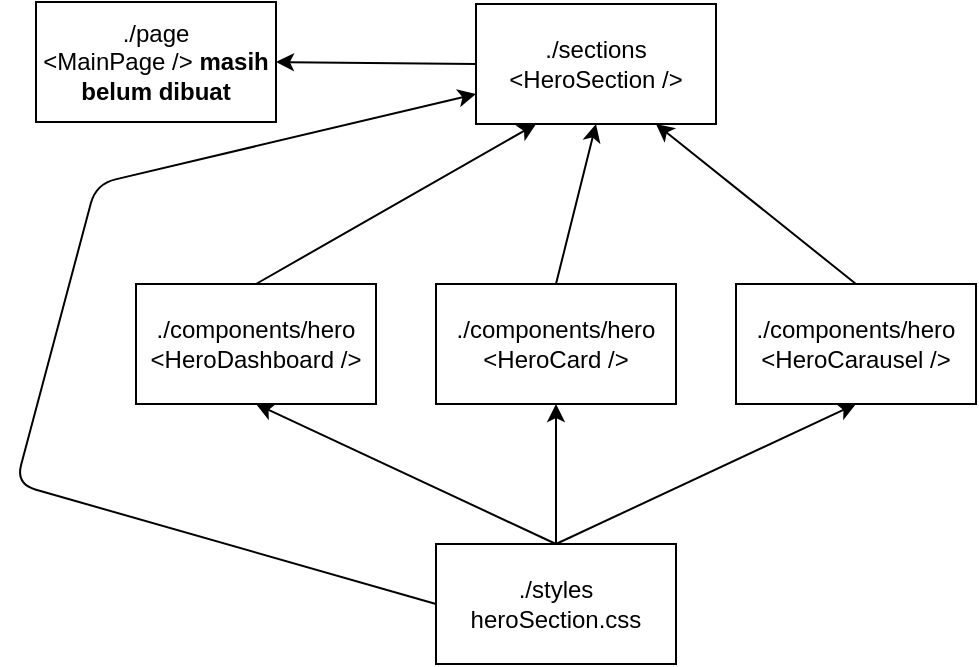
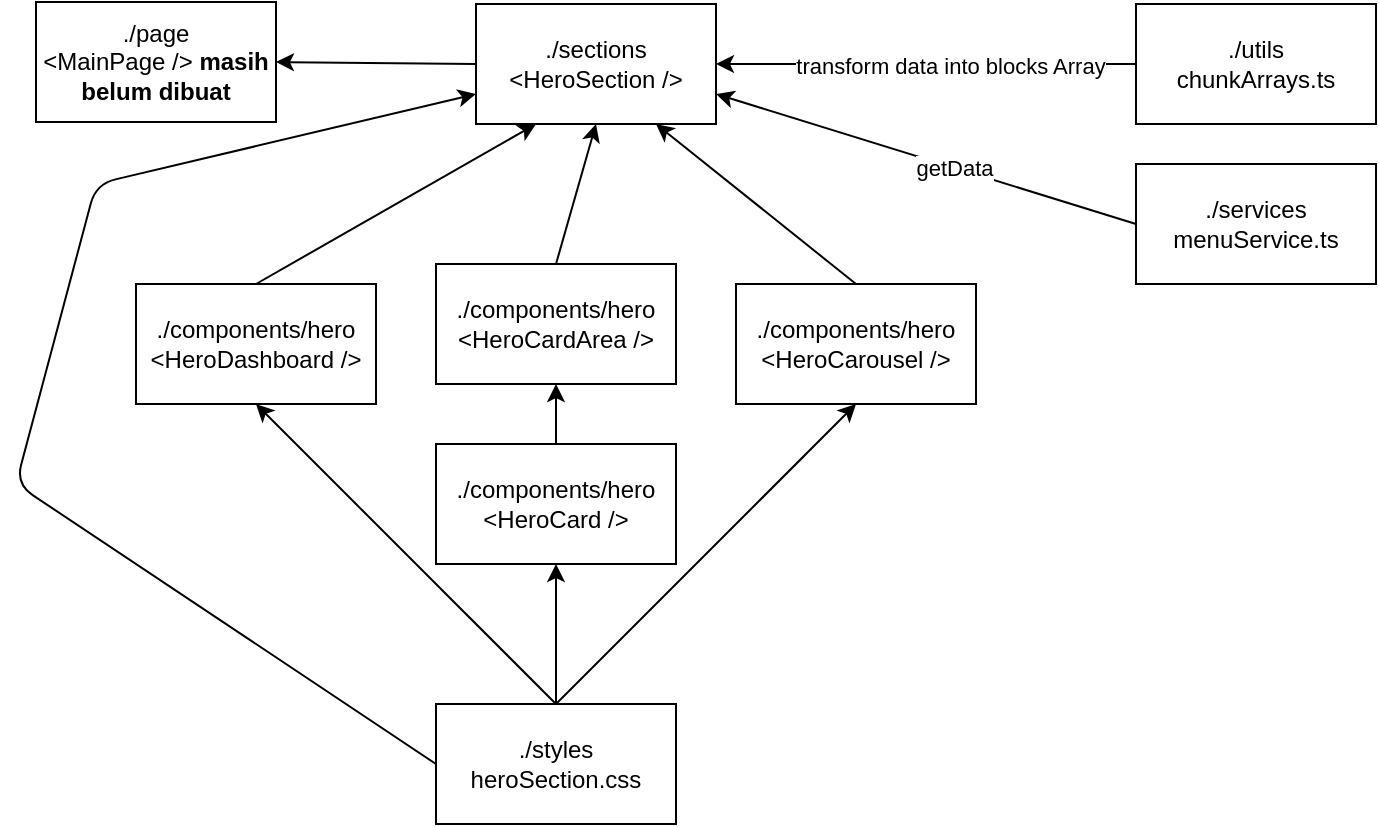
<mxfile host="65bd71144e">
    <diagram id="8QxJ4sB05AHWskQlmMvO" name="Page-1">
-         <mxGraphModel dx="534" dy="487" grid="1" gridSize="10" guides="1" tooltips="1" connect="1" arrows="1" fold="1" page="1" pageScale="1" pageWidth="850" pageHeight="1100" math="0" shadow="0">
+         <mxGraphModel dx="468" dy="448" grid="1" gridSize="10" guides="1" tooltips="1" connect="1" arrows="1" fold="1" page="1" pageScale="1" pageWidth="850" pageHeight="1100" math="0" shadow="0">
            <root>
                <mxCell id="0"/>
                <mxCell id="1" parent="0"/>
-                 <mxCell id="16" style="edgeStyle=none;html=1;exitX=0;exitY=0.5;exitDx=0;exitDy=0;entryX=1;entryY=0.5;entryDx=0;entryDy=0;" edge="1" parent="1" source="4" target="11">
+                 <mxCell id="16" style="edgeStyle=none;html=1;exitX=0;exitY=0.5;exitDx=0;exitDy=0;entryX=1;entryY=0.5;entryDx=0;entryDy=0;" parent="1" source="4" target="11" edge="1">
                    <mxGeometry relative="1" as="geometry"/>
                </mxCell>
-                 <mxCell id="4" value="&lt;div&gt;./sections&lt;/div&gt;&amp;lt;HeroSection /&amp;gt;" style="rounded=0;whiteSpace=wrap;html=1;" vertex="1" parent="1">
+                 <mxCell id="4" value="&lt;div&gt;./sections&lt;/div&gt;&amp;lt;HeroSection /&amp;gt;" style="rounded=0;whiteSpace=wrap;html=1;" parent="1" vertex="1">
                    <mxGeometry x="260" y="20" width="120" height="60" as="geometry"/>
                </mxCell>
-                 <mxCell id="13" style="edgeStyle=none;html=1;exitX=0.5;exitY=0;exitDx=0;exitDy=0;entryX=0.25;entryY=1;entryDx=0;entryDy=0;" edge="1" parent="1" source="5" target="4">
+                 <mxCell id="13" style="edgeStyle=none;html=1;exitX=0.5;exitY=0;exitDx=0;exitDy=0;entryX=0.25;entryY=1;entryDx=0;entryDy=0;" parent="1" source="5" target="4" edge="1">
                    <mxGeometry relative="1" as="geometry"/>
                </mxCell>
-                 <mxCell id="5" value="./components/hero&lt;div&gt;&amp;lt;HeroDashboard /&amp;gt;&lt;/div&gt;" style="rounded=0;whiteSpace=wrap;html=1;" vertex="1" parent="1">
+                 <mxCell id="5" value="./components/hero&lt;div&gt;&amp;lt;HeroDashboard /&amp;gt;&lt;/div&gt;" style="rounded=0;whiteSpace=wrap;html=1;" parent="1" vertex="1">
                    <mxGeometry x="90" y="160" width="120" height="60" as="geometry"/>
                </mxCell>
-                 <mxCell id="14" style="edgeStyle=none;html=1;exitX=0.5;exitY=0;exitDx=0;exitDy=0;" edge="1" parent="1" source="6">
+                 <mxCell id="14" style="edgeStyle=none;html=1;exitX=0.5;exitY=0;exitDx=0;exitDy=0;entryX=0.5;entryY=1;entryDx=0;entryDy=0;" parent="1" source="6" edge="1" target="22">
                    <mxGeometry relative="1" as="geometry">
                        <mxPoint x="320" y="80" as="targetPoint"/>
                    </mxGeometry>
                </mxCell>
-                 <mxCell id="6" value="./components/hero&lt;div&gt;&amp;lt;HeroCard /&amp;gt;&lt;/div&gt;" style="rounded=0;whiteSpace=wrap;html=1;" vertex="1" parent="1">
-                     <mxGeometry x="240" y="160" width="120" height="60" as="geometry"/>
+                 <mxCell id="6" value="./components/hero&lt;div&gt;&amp;lt;HeroCard /&amp;gt;&lt;/div&gt;" style="rounded=0;whiteSpace=wrap;html=1;" parent="1" vertex="1">
+                     <mxGeometry x="240" y="240" width="120" height="60" as="geometry"/>
                </mxCell>
-                 <mxCell id="15" style="edgeStyle=none;html=1;exitX=0.5;exitY=0;exitDx=0;exitDy=0;entryX=0.75;entryY=1;entryDx=0;entryDy=0;" edge="1" parent="1" source="7" target="4">
+                 <mxCell id="15" style="edgeStyle=none;html=1;exitX=0.5;exitY=0;exitDx=0;exitDy=0;entryX=0.75;entryY=1;entryDx=0;entryDy=0;" parent="1" source="7" target="4" edge="1">
                    <mxGeometry relative="1" as="geometry">
                        <mxPoint x="320" y="80" as="targetPoint"/>
                    </mxGeometry>
                </mxCell>
-                 <mxCell id="7" value="./components/hero&lt;div&gt;&amp;lt;HeroCarausel /&amp;gt;&lt;/div&gt;" style="rounded=0;whiteSpace=wrap;html=1;" vertex="1" parent="1">
+                 <mxCell id="7" value="./components/hero&lt;div&gt;&amp;lt;HeroCarousel /&amp;gt;&lt;/div&gt;" style="rounded=0;whiteSpace=wrap;html=1;" parent="1" vertex="1">
                    <mxGeometry x="390" y="160" width="120" height="60" as="geometry"/>
                </mxCell>
-                 <mxCell id="11" value="./page&lt;div&gt;&amp;lt;MainPage /&amp;gt; &lt;b&gt;masih belum dibuat&lt;/b&gt;&lt;/div&gt;" style="rounded=0;whiteSpace=wrap;html=1;" vertex="1" parent="1">
+                 <mxCell id="11" value="./page&lt;div&gt;&amp;lt;MainPage /&amp;gt; &lt;b&gt;masih belum dibuat&lt;/b&gt;&lt;/div&gt;" style="rounded=0;whiteSpace=wrap;html=1;" parent="1" vertex="1">
                    <mxGeometry x="40" y="19" width="120" height="60" as="geometry"/>
                </mxCell>
-                 <mxCell id="18" style="edgeStyle=none;html=1;exitX=0.5;exitY=0;exitDx=0;exitDy=0;entryX=0.5;entryY=1;entryDx=0;entryDy=0;" edge="1" parent="1" source="17" target="5">
+                 <mxCell id="18" style="edgeStyle=none;html=1;exitX=0.5;exitY=0;exitDx=0;exitDy=0;entryX=0.5;entryY=1;entryDx=0;entryDy=0;" parent="1" source="17" target="5" edge="1">
                    <mxGeometry relative="1" as="geometry"/>
                </mxCell>
-                 <mxCell id="19" style="edgeStyle=none;html=1;exitX=0.5;exitY=0;exitDx=0;exitDy=0;entryX=0.5;entryY=1;entryDx=0;entryDy=0;" edge="1" parent="1" source="17" target="6">
+                 <mxCell id="19" style="edgeStyle=none;html=1;exitX=0.5;exitY=0;exitDx=0;exitDy=0;entryX=0.5;entryY=1;entryDx=0;entryDy=0;" parent="1" source="17" target="6" edge="1">
                    <mxGeometry relative="1" as="geometry"/>
                </mxCell>
-                 <mxCell id="20" style="edgeStyle=none;html=1;exitX=0.5;exitY=0;exitDx=0;exitDy=0;entryX=0.5;entryY=1;entryDx=0;entryDy=0;" edge="1" parent="1" source="17" target="7">
+                 <mxCell id="20" style="edgeStyle=none;html=1;exitX=0.5;exitY=0;exitDx=0;exitDy=0;entryX=0.5;entryY=1;entryDx=0;entryDy=0;" parent="1" source="17" target="7" edge="1">
                    <mxGeometry relative="1" as="geometry"/>
                </mxCell>
-                 <mxCell id="21" style="edgeStyle=none;html=1;exitX=0;exitY=0.5;exitDx=0;exitDy=0;entryX=0;entryY=0.75;entryDx=0;entryDy=0;" edge="1" parent="1" source="17" target="4">
+                 <mxCell id="21" style="edgeStyle=none;html=1;exitX=0;exitY=0.5;exitDx=0;exitDy=0;entryX=0;entryY=0.75;entryDx=0;entryDy=0;" parent="1" source="17" target="4" edge="1">
                    <mxGeometry relative="1" as="geometry">
                        <mxPoint x="20" y="290" as="targetPoint"/>
                        <Array as="points">
                            <mxPoint x="30" y="260"/>
                            <mxPoint x="70" y="110"/>
                        </Array>
                    </mxGeometry>
                </mxCell>
-                 <mxCell id="17" value="./styles&lt;div&gt;heroSection.css&lt;/div&gt;" style="rounded=0;whiteSpace=wrap;html=1;" vertex="1" parent="1">
-                     <mxGeometry x="240" y="290" width="120" height="60" as="geometry"/>
+                 <mxCell id="17" value="./styles&lt;div&gt;heroSection.css&lt;/div&gt;" style="rounded=0;whiteSpace=wrap;html=1;" parent="1" vertex="1">
+                     <mxGeometry x="240" y="370" width="120" height="60" as="geometry"/>
+                 </mxCell>
+                 <mxCell id="23" style="edgeStyle=none;html=1;exitX=0.5;exitY=0;exitDx=0;exitDy=0;entryX=0.5;entryY=1;entryDx=0;entryDy=0;" edge="1" parent="1" source="22" target="4">
+                     <mxGeometry relative="1" as="geometry"/>
+                 </mxCell>
+                 <mxCell id="22" value="./components/hero&lt;div&gt;&amp;lt;HeroCardArea /&amp;gt;&lt;/div&gt;" style="rounded=0;whiteSpace=wrap;html=1;" vertex="1" parent="1">
+                     <mxGeometry x="240" y="150" width="120" height="60" as="geometry"/>
+                 </mxCell>
+                 <mxCell id="25" value="" style="edgeStyle=none;html=1;" edge="1" parent="1" source="24" target="4">
+                     <mxGeometry relative="1" as="geometry"/>
+                 </mxCell>
+                 <mxCell id="32" value="transform data into blocks Array" style="edgeLabel;html=1;align=center;verticalAlign=middle;resizable=0;points=[];" vertex="1" connectable="0" parent="25">
+                     <mxGeometry x="-0.1158" y="1" relative="1" as="geometry">
+                         <mxPoint as="offset"/>
+                     </mxGeometry>
+                 </mxCell>
+                 <mxCell id="24" value="./utils&lt;div&gt;chunkArrays.ts&lt;/div&gt;" style="rounded=0;whiteSpace=wrap;html=1;" vertex="1" parent="1">
+                     <mxGeometry x="590" y="20" width="120" height="60" as="geometry"/>
+                 </mxCell>
+                 <mxCell id="27" style="edgeStyle=none;html=1;exitX=0;exitY=0.5;exitDx=0;exitDy=0;entryX=1;entryY=0.75;entryDx=0;entryDy=0;" edge="1" parent="1" source="26" target="4">
+                     <mxGeometry relative="1" as="geometry"/>
+                 </mxCell>
+                 <mxCell id="31" value="getData" style="edgeLabel;html=1;align=center;verticalAlign=middle;resizable=0;points=[];" vertex="1" connectable="0" parent="27">
+                     <mxGeometry x="-0.1366" relative="1" as="geometry">
+                         <mxPoint as="offset"/>
+                     </mxGeometry>
+                 </mxCell>
+                 <mxCell id="26" value="./services&lt;div&gt;menuService.ts&lt;/div&gt;" style="rounded=0;whiteSpace=wrap;html=1;" vertex="1" parent="1">
+                     <mxGeometry x="590" y="100" width="120" height="60" as="geometry"/>
                </mxCell>
            </root>
        </mxGraphModel>
    </diagram>
</mxfile>